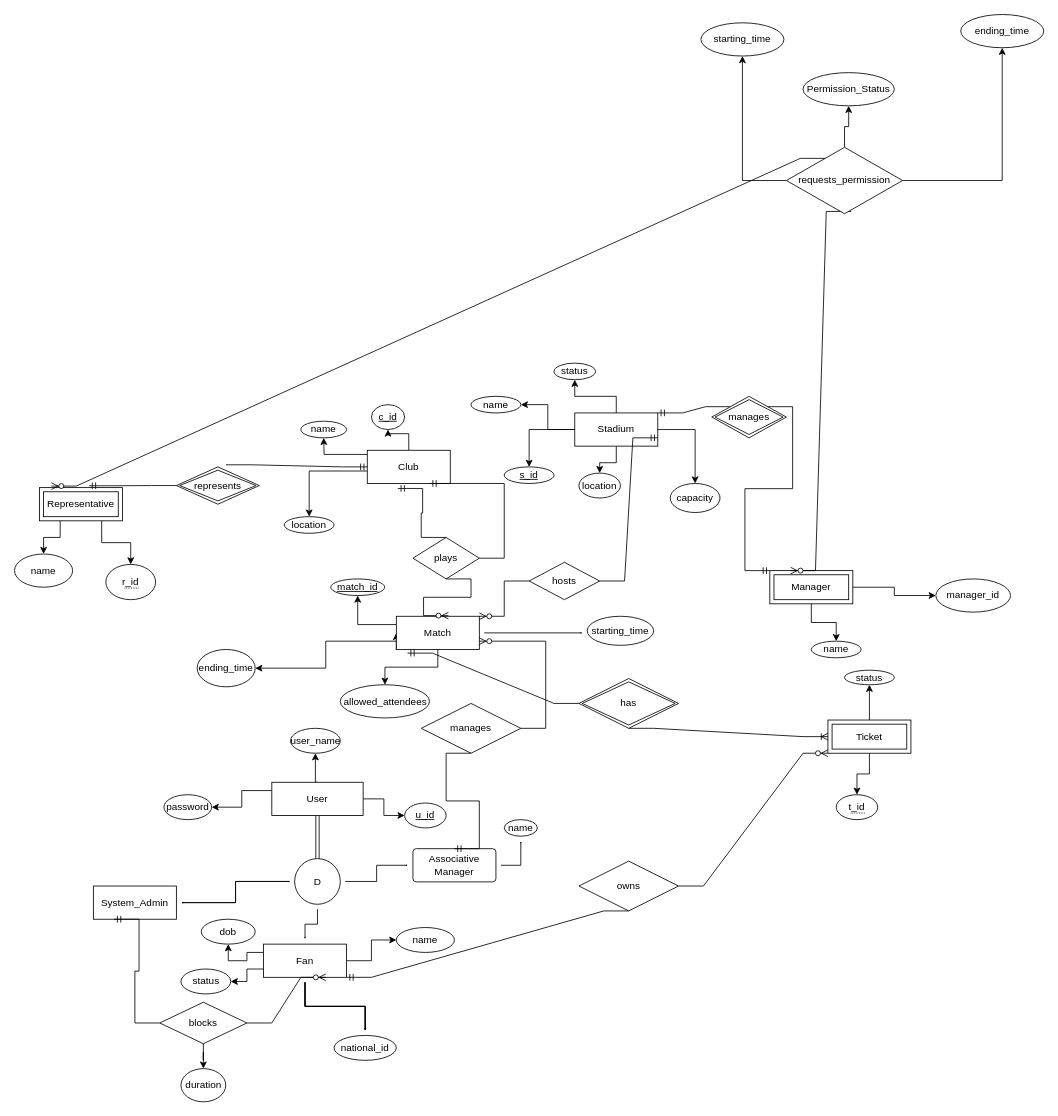
Earlier version of the draw.io diagram MileStone(1).drawio (Aelmeky/Stadium_tickets_system). Source tidied: cells renumbered, new cells numbered last; positions are measured from the earlier drawing's top-left corner, leaving out a move shared by most shapes. Both pictures are drawn from the tidied source at 83%, with x=0, y=0 at pixel (14, 14).
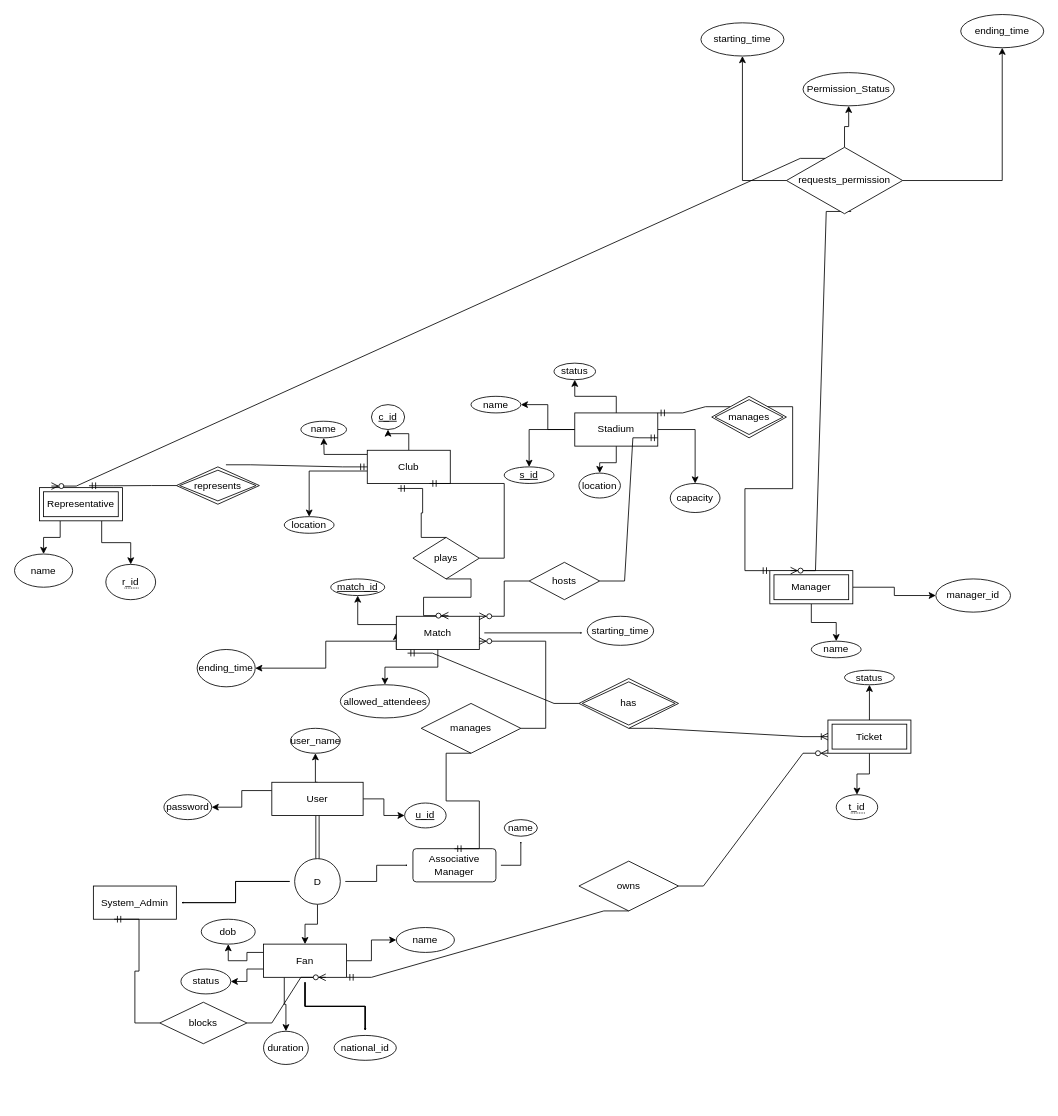
The same diagram, later.

Commit message:
fix: Moving the duration attribute to fan table.

The change refers to these unchanged cells:
```xml
<mxCell id="39" value="D" style="ellipse;whiteSpace=wrap;html=1;" parent="1" vertex="1">
  <mxGeometry x="337.5" y="1017" width="55" height="55" as="geometry" />
</mxCell>
<mxCell id="50" value="Fan" style="whiteSpace=wrap;html=1;align=center;" parent="1" vertex="1">
  <mxGeometry x="300" y="1120" width="100" height="40" as="geometry" />
</mxCell>
<mxCell id="107" value="blocks" style="shape=rhombus;perimeter=rhombusPerimeter;whiteSpace=wrap;html=1;align=center;" parent="1" vertex="1">
  <mxGeometry x="175" y="1190" width="105" height="50" as="geometry" />
</mxCell>
```

Change to the diagram source:
```diff
@@
-    <mxCell id="38" style="edgeStyle=orthogonalEdgeStyle;rounded=0;jettySize=auto;html=1;startSize=0;endSize=0;sourcePerimeterSpacing=6;targetPerimeterSpacing=6;" parent="1" edge="1" source="39" target="50">
+    <mxCell id="38" style="edgeStyle=orthogonalEdgeStyle;rounded=0;jettySize=auto;html=1;exitX=0.5;exitY=1;exitDx=0;exitDy=0;entryX=0.5;entryY=0;entryDx=0;entryDy=0;" parent="1" edge="1" source="39" target="50">
       <mxGeometry relative="1" as="geometry" />
     </mxCell>
@@
+    <mxCell id="112" style="edgeStyle=orthogonalEdgeStyle;rounded=0;jettySize=auto;html=1;exitX=0.25;exitY=1;exitDx=0;exitDy=0;" parent="1" edge="1" source="50" target="109">
+      <mxGeometry relative="1" as="geometry" />
+    </mxCell>
@@
-    <mxCell id="106" style="edgeStyle=orthogonalEdgeStyle;rounded=0;jettySize=auto;html=1;" parent="1" edge="1" source="107" target="109">
-      <mxGeometry relative="1" as="geometry" />
-    </mxCell>
@@
     <mxCell id="109" value="duration" style="ellipse;whiteSpace=wrap;html=1;align=center;" parent="1" vertex="1">
-      <mxGeometry x="200.5" y="1270" width="54" height="40" as="geometry" />
+      <mxGeometry x="300" y="1225" width="54" height="40" as="geometry" />
     </mxCell>
```
